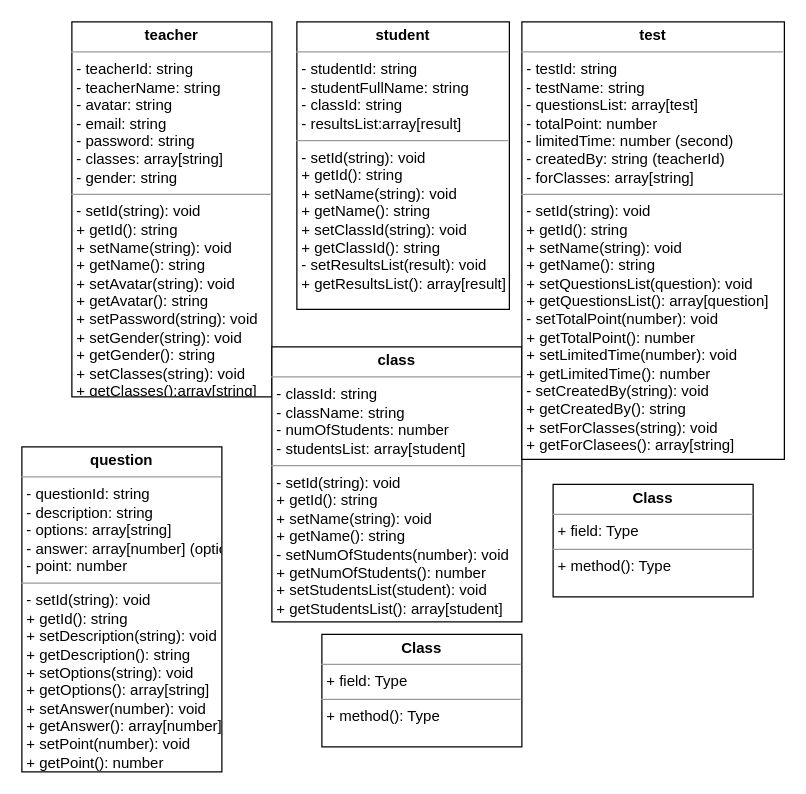
This is Class Diagram.drawio from BuiHongChien/online-test-web-app, a draw.io file, before an edit. Source tidied: cells renumbered, new cells numbered last; positions are measured from the earlier drawing's top-left corner, leaving out a move shared by most shapes. Both pictures are drawn from the tidied source at 125%, with x=0, y=0 at pixel (21, 21).
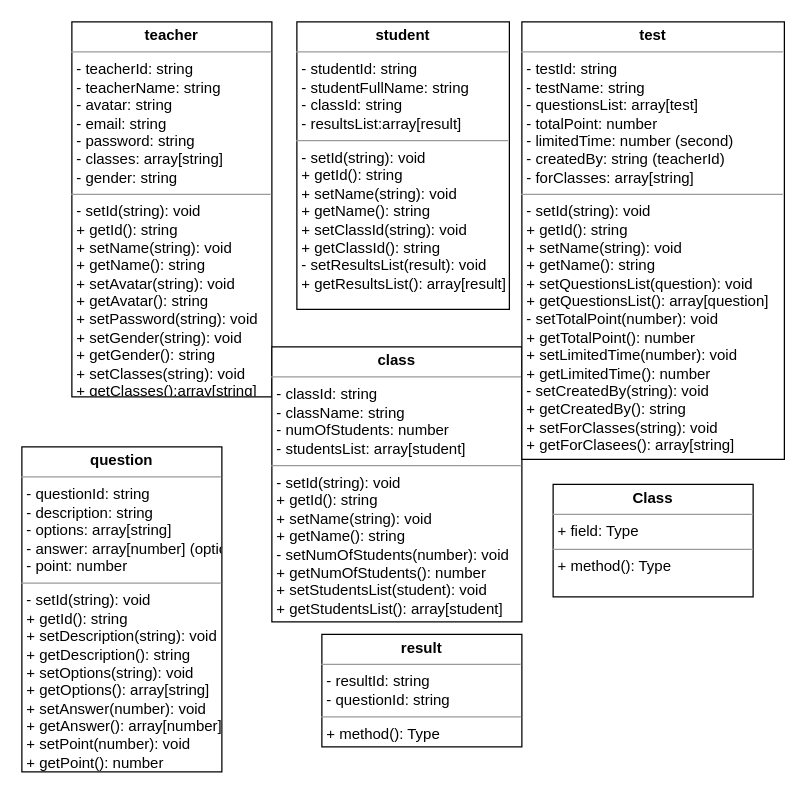
The same page after the edit.

Diff of the diagram source:
```diff
@@
 <mxGraphModel>
   <root>
     <mxCell id="0" />
     <mxCell id="1" parent="0" />
     <mxCell id="2" value="&lt;p style=&quot;margin: 0px ; margin-top: 4px ; text-align: center&quot;&gt;&lt;b&gt;teacher&lt;/b&gt;&lt;/p&gt;&lt;hr size=&quot;1&quot;&gt;&lt;p style=&quot;margin: 0px ; margin-left: 4px&quot;&gt;- teacherId: string&lt;/p&gt;&lt;p style=&quot;margin: 0px ; margin-left: 4px&quot;&gt;- teacherName: string&lt;/p&gt;&lt;p style=&quot;margin: 0px ; margin-left: 4px&quot;&gt;- avatar: string&lt;/p&gt;&lt;p style=&quot;margin: 0px ; margin-left: 4px&quot;&gt;- email: string&lt;/p&gt;&lt;p style=&quot;margin: 0px ; margin-left: 4px&quot;&gt;- password: string&lt;/p&gt;&lt;p style=&quot;margin: 0px ; margin-left: 4px&quot;&gt;- classes: array[string]&lt;/p&gt;&lt;p style=&quot;margin: 0px ; margin-left: 4px&quot;&gt;- gender: string&lt;/p&gt;&lt;hr size=&quot;1&quot;&gt;&lt;p style=&quot;margin: 0px ; margin-left: 4px&quot;&gt;- setId(string): void&lt;/p&gt;&lt;p style=&quot;margin: 0px ; margin-left: 4px&quot;&gt;+ getId(): string&lt;/p&gt;&lt;p style=&quot;margin: 0px ; margin-left: 4px&quot;&gt;+ setName(string): void&lt;/p&gt;&lt;p style=&quot;margin: 0px ; margin-left: 4px&quot;&gt;+ getName(): string&lt;/p&gt;&lt;p style=&quot;margin: 0px ; margin-left: 4px&quot;&gt;+ setAvatar(string): void&lt;/p&gt;&lt;p style=&quot;margin: 0px ; margin-left: 4px&quot;&gt;+ getAvatar(): string&lt;/p&gt;&lt;p style=&quot;margin: 0px ; margin-left: 4px&quot;&gt;+ setPassword(string): void&lt;/p&gt;&lt;p style=&quot;margin: 0px ; margin-left: 4px&quot;&gt;+ setGender(string): void&lt;/p&gt;&lt;p style=&quot;margin: 0px ; margin-left: 4px&quot;&gt;+ getGender(): string&lt;/p&gt;&lt;p style=&quot;margin: 0px ; margin-left: 4px&quot;&gt;+ setClasses(string): void&lt;/p&gt;&lt;p style=&quot;margin: 0px ; margin-left: 4px&quot;&gt;+ getClasses():array[string]&lt;/p&gt;&lt;p style=&quot;margin: 0px ; margin-left: 4px&quot;&gt;&lt;br&gt;&lt;/p&gt;" style="verticalAlign=top;align=left;overflow=fill;fontSize=12;fontFamily=Helvetica;html=1;" parent="1" vertex="1">
       <mxGeometry x="40" width="160" height="300" as="geometry" />
     </mxCell>
     <mxCell id="3" value="&lt;p style=&quot;margin: 0px ; margin-top: 4px ; text-align: center&quot;&gt;&lt;b&gt;student&lt;/b&gt;&lt;/p&gt;&lt;hr size=&quot;1&quot;&gt;&lt;p style=&quot;margin: 0px ; margin-left: 4px&quot;&gt;- studentId: string&lt;/p&gt;&lt;p style=&quot;margin: 0px ; margin-left: 4px&quot;&gt;- studentFullName: string&lt;/p&gt;&lt;p style=&quot;margin: 0px ; margin-left: 4px&quot;&gt;- classId: string&lt;/p&gt;&lt;p style=&quot;margin: 0px ; margin-left: 4px&quot;&gt;- resultsList:array[result]&lt;/p&gt;&lt;hr size=&quot;1&quot;&gt;&lt;p style=&quot;margin: 0px ; margin-left: 4px&quot;&gt;- setId(string): void&lt;/p&gt;&lt;p style=&quot;margin: 0px ; margin-left: 4px&quot;&gt;+ getId(): string&lt;/p&gt;&lt;p style=&quot;margin: 0px ; margin-left: 4px&quot;&gt;+ setName(string): void&lt;/p&gt;&lt;p style=&quot;margin: 0px ; margin-left: 4px&quot;&gt;+ getName(): string&lt;/p&gt;&lt;p style=&quot;margin: 0px ; margin-left: 4px&quot;&gt;+ setClassId(string): void&lt;/p&gt;&lt;p style=&quot;margin: 0px ; margin-left: 4px&quot;&gt;+ getClassId(): string&lt;/p&gt;&lt;p style=&quot;margin: 0px ; margin-left: 4px&quot;&gt;- setResultsList(result): void&lt;/p&gt;&lt;p style=&quot;margin: 0px ; margin-left: 4px&quot;&gt;+ getResultsList(): array[result]&amp;nbsp;&lt;/p&gt;" style="verticalAlign=top;align=left;overflow=fill;fontSize=12;fontFamily=Helvetica;html=1;" parent="1" vertex="1">
       <mxGeometry x="220" width="170" height="230" as="geometry" />
     </mxCell>
     <mxCell id="4" value="&lt;p style=&quot;margin: 0px ; margin-top: 4px ; text-align: center&quot;&gt;&lt;b&gt;class&lt;/b&gt;&lt;/p&gt;&lt;hr size=&quot;1&quot;&gt;&lt;p style=&quot;margin: 0px ; margin-left: 4px&quot;&gt;- classId: string&lt;/p&gt;&lt;p style=&quot;margin: 0px ; margin-left: 4px&quot;&gt;- className: string&lt;/p&gt;&lt;p style=&quot;margin: 0px ; margin-left: 4px&quot;&gt;- numOfStudents: number&lt;/p&gt;&lt;p style=&quot;margin: 0px ; margin-left: 4px&quot;&gt;- studentsList: array[student]&lt;/p&gt;&lt;hr size=&quot;1&quot;&gt;&lt;p style=&quot;margin: 0px ; margin-left: 4px&quot;&gt;- setId(string): void&lt;/p&gt;&lt;p style=&quot;margin: 0px ; margin-left: 4px&quot;&gt;+ getId(): string&lt;/p&gt;&lt;p style=&quot;margin: 0px 0px 0px 4px&quot;&gt;+ setName(string): void&lt;/p&gt;&lt;p style=&quot;margin: 0px 0px 0px 4px&quot;&gt;+ getName(): string&lt;/p&gt;&lt;p style=&quot;margin: 0px 0px 0px 4px&quot;&gt;- setNumOfStudents(number): void&lt;/p&gt;&lt;p style=&quot;margin: 0px 0px 0px 4px&quot;&gt;+ getNumOfStudents(): number&lt;/p&gt;&lt;p style=&quot;margin: 0px 0px 0px 4px&quot;&gt;+ setStudentsList(student): void&lt;/p&gt;&lt;p style=&quot;margin: 0px 0px 0px 4px&quot;&gt;+ getStudentsList(): array[student]&lt;/p&gt;" style="verticalAlign=top;align=left;overflow=fill;fontSize=12;fontFamily=Helvetica;html=1;" parent="1" vertex="1">
       <mxGeometry x="200" y="260" width="200" height="220" as="geometry" />
     </mxCell>
     <mxCell id="5" value="&lt;p style=&quot;margin: 0px ; margin-top: 4px ; text-align: center&quot;&gt;&lt;b&gt;test&lt;/b&gt;&lt;/p&gt;&lt;hr size=&quot;1&quot;&gt;&lt;p style=&quot;margin: 0px ; margin-left: 4px&quot;&gt;- testId: string&lt;/p&gt;&lt;p style=&quot;margin: 0px ; margin-left: 4px&quot;&gt;- testName: string&lt;/p&gt;&lt;p style=&quot;margin: 0px ; margin-left: 4px&quot;&gt;- questionsList: array[test]&lt;/p&gt;&lt;p style=&quot;margin: 0px ; margin-left: 4px&quot;&gt;- totalPoint: number&lt;/p&gt;&lt;p style=&quot;margin: 0px ; margin-left: 4px&quot;&gt;- limitedTime: number (second)&lt;/p&gt;&lt;p style=&quot;margin: 0px ; margin-left: 4px&quot;&gt;- createdBy: string (teacherId)&lt;/p&gt;&lt;p style=&quot;margin: 0px ; margin-left: 4px&quot;&gt;- forClasses: array[string]&lt;/p&gt;&lt;hr size=&quot;1&quot;&gt;&lt;p style=&quot;margin: 0px 0px 0px 4px&quot;&gt;- setId(string): void&lt;/p&gt;&lt;p style=&quot;margin: 0px 0px 0px 4px&quot;&gt;+ getId(): string&lt;/p&gt;&lt;p style=&quot;margin: 0px 0px 0px 4px&quot;&gt;+ setName(string): void&lt;/p&gt;&lt;p style=&quot;margin: 0px 0px 0px 4px&quot;&gt;+ getName(): string&lt;/p&gt;&lt;p style=&quot;margin: 0px 0px 0px 4px&quot;&gt;+ setQuestionsList(question): void&lt;/p&gt;&lt;p style=&quot;margin: 0px 0px 0px 4px&quot;&gt;+ getQuestionsList(): array[question]&lt;/p&gt;&lt;p style=&quot;margin: 0px 0px 0px 4px&quot;&gt;- setTotalPoint(number): void&lt;/p&gt;&lt;p style=&quot;margin: 0px 0px 0px 4px&quot;&gt;+ getTotalPoint(): number&lt;/p&gt;&lt;p style=&quot;margin: 0px 0px 0px 4px&quot;&gt;+ setLimitedTime(number): void&lt;/p&gt;&lt;p style=&quot;margin: 0px 0px 0px 4px&quot;&gt;+ getLimitedTime(): number&lt;/p&gt;&lt;p style=&quot;margin: 0px 0px 0px 4px&quot;&gt;- setCreatedBy(string): void&lt;/p&gt;&lt;p style=&quot;margin: 0px 0px 0px 4px&quot;&gt;+ getCreatedBy(): string&lt;/p&gt;&lt;p style=&quot;margin: 0px 0px 0px 4px&quot;&gt;+ setForClasses(string): void&lt;/p&gt;&lt;p style=&quot;margin: 0px 0px 0px 4px&quot;&gt;+ getForClasees(): array[string]&lt;/p&gt;" style="verticalAlign=top;align=left;overflow=fill;fontSize=12;fontFamily=Helvetica;html=1;" parent="1" vertex="1">
       <mxGeometry x="400" width="210" height="350" as="geometry" />
     </mxCell>
     <mxCell id="6" value="&lt;p style=&quot;margin: 0px ; margin-top: 4px ; text-align: center&quot;&gt;&lt;b&gt;question&lt;/b&gt;&lt;/p&gt;&lt;hr size=&quot;1&quot;&gt;&lt;p style=&quot;margin: 0px 0px 0px 4px&quot;&gt;- questionId: string&lt;/p&gt;&lt;p style=&quot;margin: 0px 0px 0px 4px&quot;&gt;- description: string&lt;/p&gt;&lt;p style=&quot;margin: 0px 0px 0px 4px&quot;&gt;- options: array[string]&lt;/p&gt;&lt;p style=&quot;margin: 0px 0px 0px 4px&quot;&gt;- answer: array[number] (options id)&lt;/p&gt;&lt;p style=&quot;margin: 0px 0px 0px 4px&quot;&gt;- point: number&lt;/p&gt;&lt;hr size=&quot;1&quot;&gt;&lt;p style=&quot;margin: 0px ; margin-left: 4px&quot;&gt;- setId(string): void&lt;/p&gt;&lt;p style=&quot;margin: 0px ; margin-left: 4px&quot;&gt;+ getId(): string&lt;/p&gt;&lt;p style=&quot;margin: 0px ; margin-left: 4px&quot;&gt;+ setDescription(string): void&lt;/p&gt;&lt;p style=&quot;margin: 0px ; margin-left: 4px&quot;&gt;+ getDescription(): string&lt;/p&gt;&lt;p style=&quot;margin: 0px ; margin-left: 4px&quot;&gt;+ setOptions(string): void&lt;/p&gt;&lt;p style=&quot;margin: 0px ; margin-left: 4px&quot;&gt;+ getOptions(): array[string]&lt;/p&gt;&lt;p style=&quot;margin: 0px ; margin-left: 4px&quot;&gt;+ setAnswer(number): void&lt;/p&gt;&lt;p style=&quot;margin: 0px ; margin-left: 4px&quot;&gt;+ getAnswer(): array[number]&lt;/p&gt;&lt;p style=&quot;margin: 0px ; margin-left: 4px&quot;&gt;+ setPoint(number): void&lt;/p&gt;&lt;p style=&quot;margin: 0px ; margin-left: 4px&quot;&gt;+ getPoint(): number&lt;/p&gt;" style="verticalAlign=top;align=left;overflow=fill;fontSize=12;fontFamily=Helvetica;html=1;" parent="1" vertex="1">
       <mxGeometry y="340" width="160" height="260" as="geometry" />
     </mxCell>
     <mxCell id="7" value="&lt;p style=&quot;margin:0px;margin-top:4px;text-align:center;&quot;&gt;&lt;b&gt;Class&lt;/b&gt;&lt;/p&gt;&lt;hr size=&quot;1&quot;/&gt;&lt;p style=&quot;margin:0px;margin-left:4px;&quot;&gt;+ field: Type&lt;/p&gt;&lt;hr size=&quot;1&quot;/&gt;&lt;p style=&quot;margin:0px;margin-left:4px;&quot;&gt;+ method(): Type&lt;/p&gt;" style="verticalAlign=top;align=left;overflow=fill;fontSize=12;fontFamily=Helvetica;html=1;" parent="1" vertex="1">
       <mxGeometry x="425" y="370" width="160" height="90" as="geometry" />
     </mxCell>
-    <mxCell id="8" value="&lt;p style=&quot;margin:0px;margin-top:4px;text-align:center;&quot;&gt;&lt;b&gt;Class&lt;/b&gt;&lt;/p&gt;&lt;hr size=&quot;1&quot;/&gt;&lt;p style=&quot;margin:0px;margin-left:4px;&quot;&gt;+ field: Type&lt;/p&gt;&lt;hr size=&quot;1&quot;/&gt;&lt;p style=&quot;margin:0px;margin-left:4px;&quot;&gt;+ method(): Type&lt;/p&gt;" style="verticalAlign=top;align=left;overflow=fill;fontSize=12;fontFamily=Helvetica;html=1;" parent="1" vertex="1">
+    <mxCell id="8" value="&lt;p style=&quot;margin: 0px ; margin-top: 4px ; text-align: center&quot;&gt;&lt;b&gt;result&lt;/b&gt;&lt;/p&gt;&lt;hr size=&quot;1&quot;&gt;&lt;p style=&quot;margin: 0px ; margin-left: 4px&quot;&gt;- resultId: string&lt;/p&gt;&lt;p style=&quot;margin: 0px ; margin-left: 4px&quot;&gt;- questionId: string&lt;/p&gt;&lt;hr size=&quot;1&quot;&gt;&lt;p style=&quot;margin: 0px ; margin-left: 4px&quot;&gt;+ method(): Type&lt;/p&gt;" style="verticalAlign=top;align=left;overflow=fill;fontSize=12;fontFamily=Helvetica;html=1;" parent="1" vertex="1">
       <mxGeometry x="240" y="490" width="160" height="90" as="geometry" />
     </mxCell>
   </root>
 </mxGraphModel>
```
